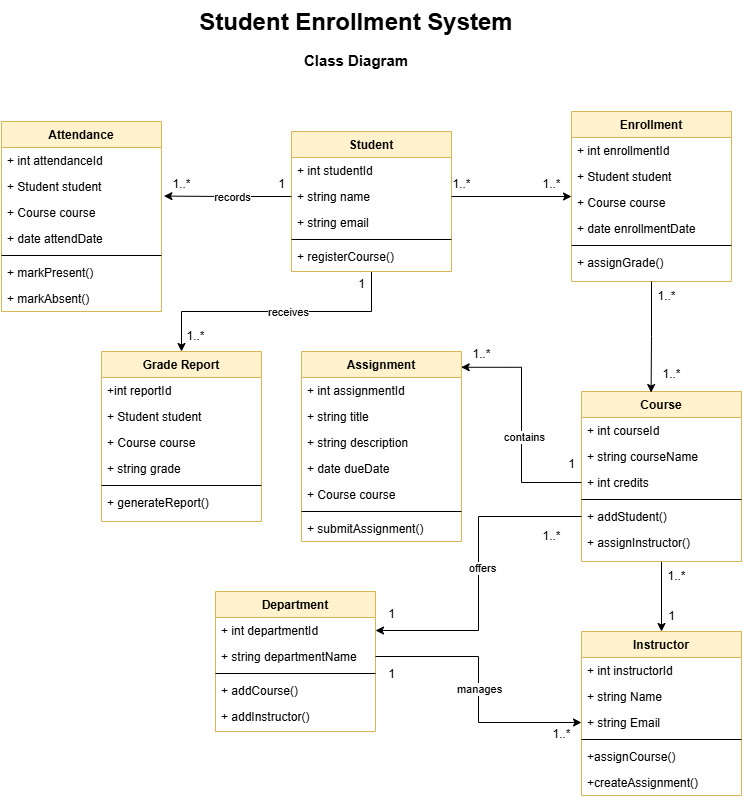
Earlier version of the draw.io export Diagrams/ClassDiagram.png (ChamikaCc/StudentEnrollmentSystem). Source tidied: cells renumbered, new cells last; positions are measured from the earlier drawing's top-left corner, leaving out a move shared by most shapes.
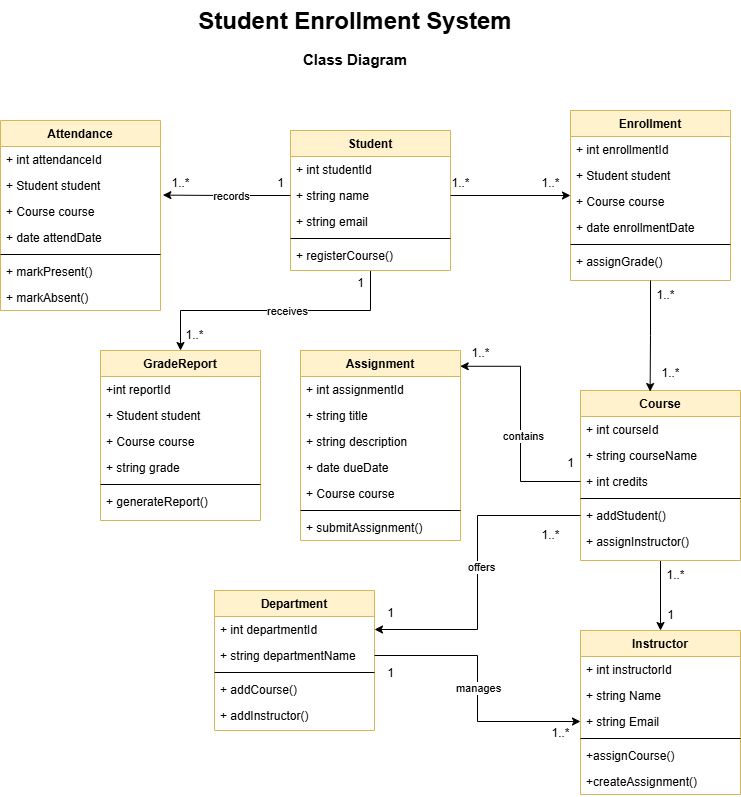
Above is the later version.

Commit message:
Updated class diagram, class name Grade Report to GradeReport

Change to the diagram source:
```diff
@@ -53,7 +53,7 @@
     <mxCell id="18" value="+ markAbsent()" style="text;align=left;verticalAlign=top;spacingLeft=4;spacingRight=4;overflow=hidden;fontStyle=0;" parent="11" vertex="1">
       <mxGeometry y="164" width="160" height="26" as="geometry" />
     </mxCell>
-    <mxCell id="19" value="Grade Report" style="swimlane;fontStyle=1;align=center;verticalAlign=top;horizontal=1;startSize=26;rounded=0;shadow=0;strokeWidth=1;fillColor=#fff2cc;strokeColor=#d6b656;" parent="1" vertex="1">
+    <mxCell id="19" value="GradeReport" style="swimlane;fontStyle=1;align=center;verticalAlign=top;horizontal=1;startSize=26;rounded=0;shadow=0;strokeWidth=1;fillColor=#fff2cc;strokeColor=#d6b656;" parent="1" vertex="1">
       <mxGeometry x="100" y="350" width="160" height="170" as="geometry" />
     </mxCell>
     <mxCell id="20" value="+int reportId" style="text;align=left;verticalAlign=top;spacingLeft=4;spacingRight=4;overflow=hidden;" parent="19" vertex="1">
```
